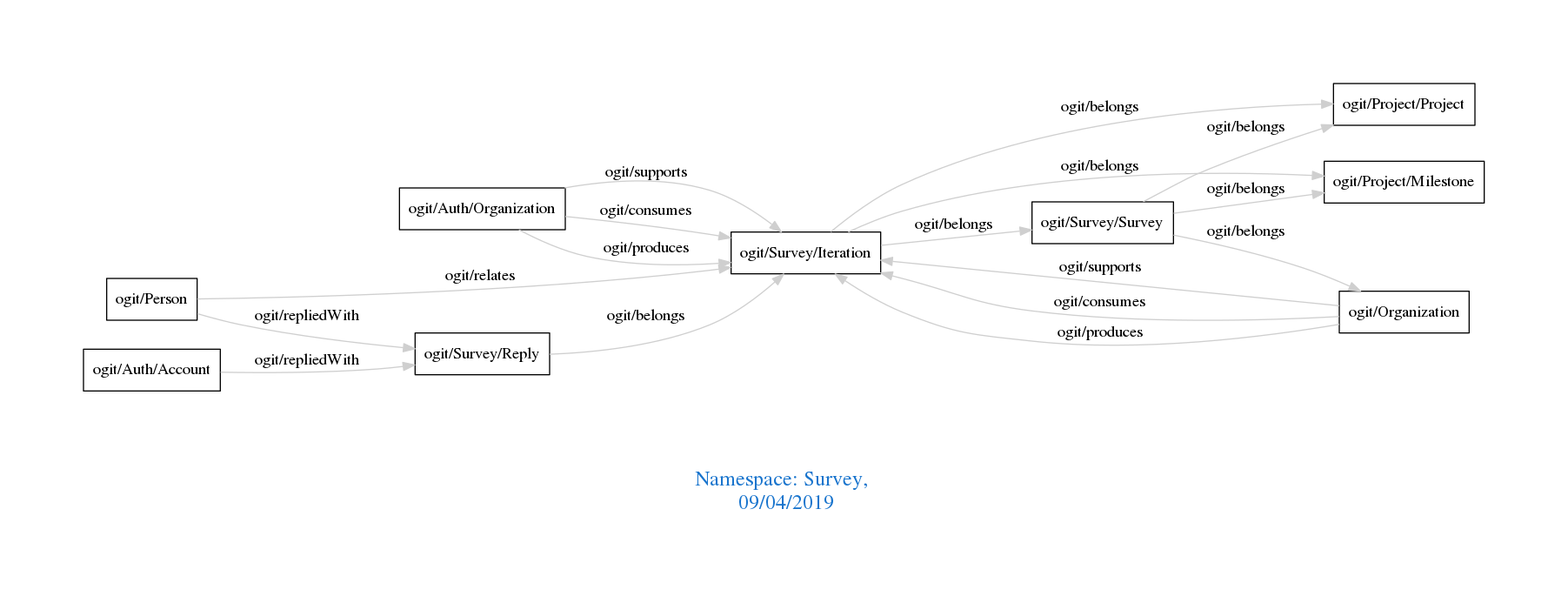
Above: downloads/Survey.png in arago/OGIT (Graphviz), before the change. Its source is kept beside it as downloads/Survey.dot.
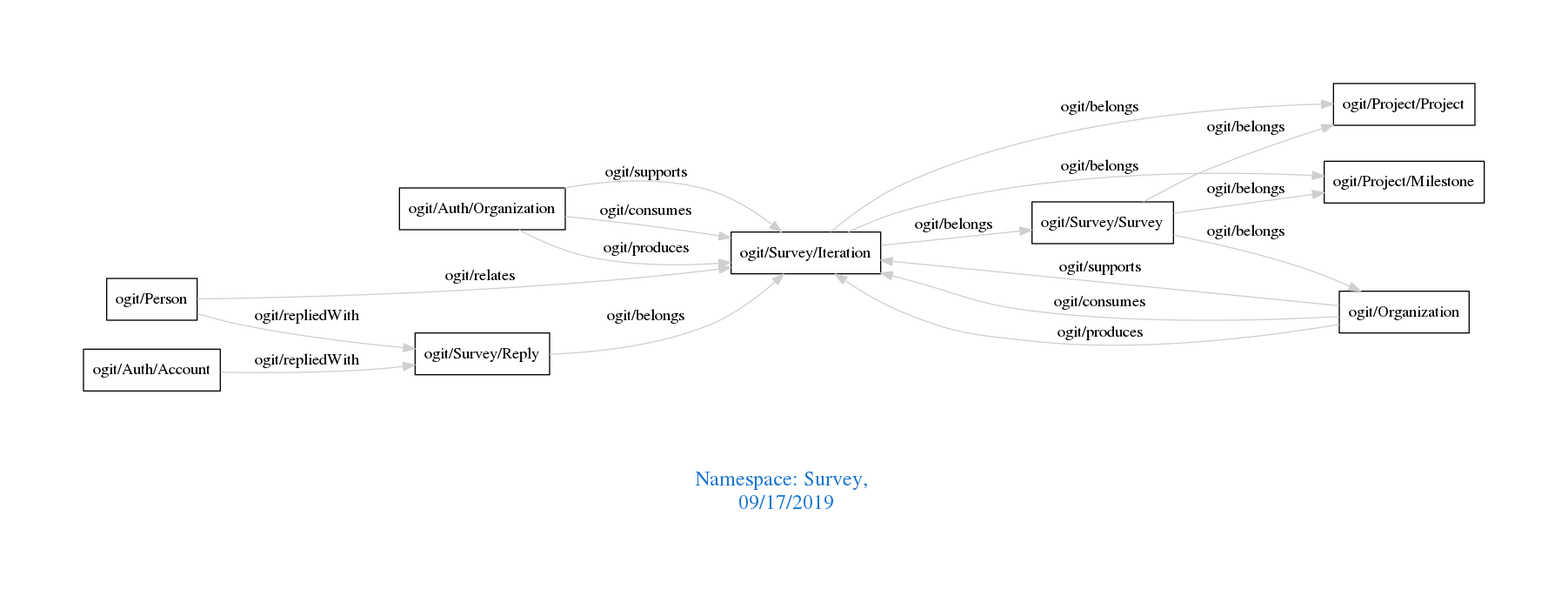
Later version of the same file.

What changed in the source:
```diff
@@ -1,7 +1,7 @@
 digraph OGIT_ontology {
  graph [ rankdir= LR,pad=1
 fontsize = 18,
-fontcolor= dodgerblue3,label = "\n\n\nNamespace: Survey, \n 09/04/2019"];
+fontcolor= dodgerblue3,label = "\n\n\nNamespace: Survey, \n 09/17/2019"];
 node[shape=polygon];
 edge [  color="gray81"];
 
```
